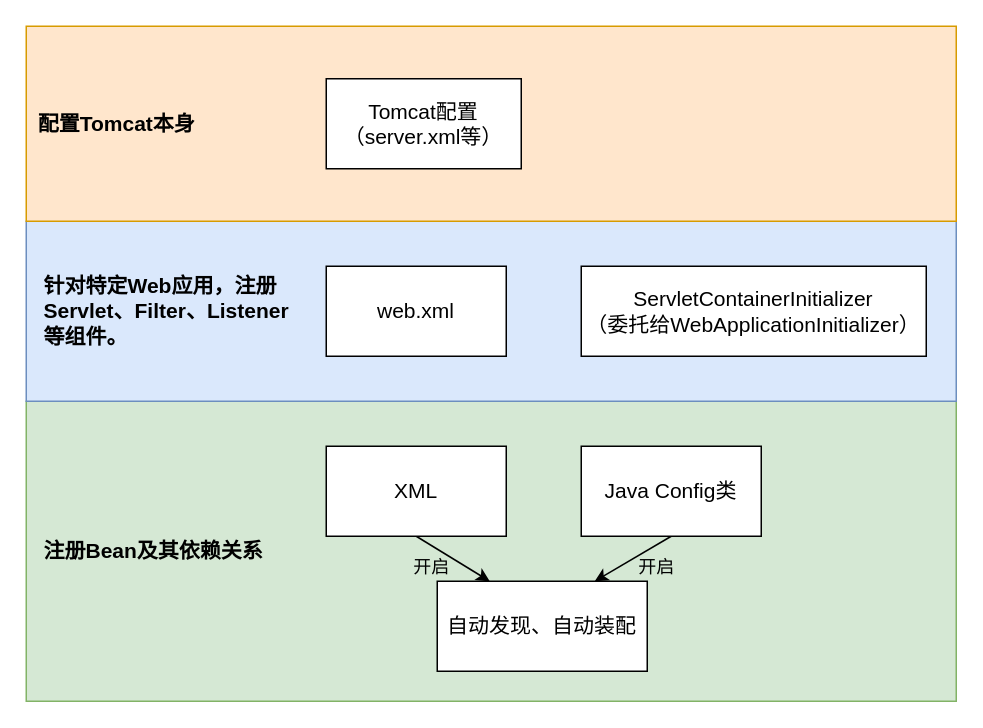
Earlier version of the draw.io diagram Spring MVC配置层次.drawio (watermoonlx/drawio). Source tidied: cells renumbered, new cells numbered last; positions are measured from the earlier drawing's top-left corner, leaving out a move shared by most shapes. Both pictures are drawn from the tidied source at 150%, with x=0, y=0 at pixel (26, 26).
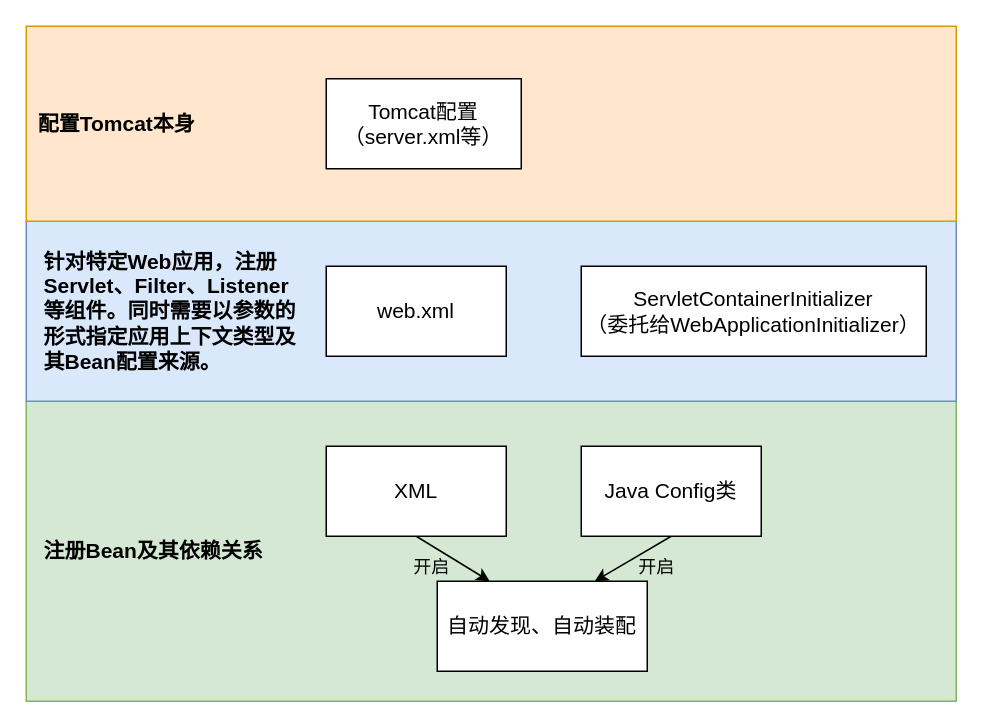
The same page after the edit.

What changed in the source:
```diff
@@
 <mxGraphModel>
   <root>
     <mxCell id="0" />
     <mxCell id="1" parent="0" />
     <mxCell id="2" style="rounded=0;whiteSpace=wrap;html=1;fontSize=14;fillColor=#d5e8d4;strokeColor=#82b366;" parent="1" vertex="1">
       <mxGeometry y="250" width="620" height="200" as="geometry" />
     </mxCell>
     <mxCell id="3" style="rounded=0;whiteSpace=wrap;html=1;fontSize=14;fillColor=#dae8fc;strokeColor=#6c8ebf;" parent="1" vertex="1">
       <mxGeometry y="130" width="620" height="120" as="geometry" />
     </mxCell>
     <mxCell id="4" style="rounded=0;whiteSpace=wrap;html=1;fontSize=14;fillColor=#ffe6cc;strokeColor=#d79b00;" parent="1" vertex="1">
       <mxGeometry width="620" height="130" as="geometry" />
     </mxCell>
     <mxCell id="5" value="web.xml" style="rounded=0;whiteSpace=wrap;html=1;fontSize=14;" parent="1" vertex="1">
       <mxGeometry x="200" y="160" width="120" height="60" as="geometry" />
     </mxCell>
     <mxCell id="6" value="ServletContainerInitializer&lt;br&gt;（委托给WebApplicationInitializer）" style="rounded=0;whiteSpace=wrap;html=1;fontSize=14;" parent="1" vertex="1">
       <mxGeometry x="370" y="160" width="230" height="60" as="geometry" />
     </mxCell>
     <mxCell id="7" style="rounded=0;jettySize=auto;html=1;exitX=0.5;exitY=1;exitDx=0;exitDy=0;entryX=0.25;entryY=0;entryDx=0;entryDy=0;fontSize=14;" parent="1" edge="1" source="8" target="11">
       <mxGeometry relative="1" as="geometry" />
     </mxCell>
     <mxCell id="8" value="XML" style="rounded=0;whiteSpace=wrap;html=1;fontSize=14;" parent="1" vertex="1">
       <mxGeometry x="200" y="280" width="120" height="60" as="geometry" />
     </mxCell>
     <mxCell id="9" style="edgeStyle=none;rounded=0;jettySize=auto;html=1;exitX=0.5;exitY=1;exitDx=0;exitDy=0;entryX=0.75;entryY=0;entryDx=0;entryDy=0;fontSize=14;" parent="1" edge="1" source="10" target="11">
       <mxGeometry relative="1" as="geometry" />
     </mxCell>
     <mxCell id="10" value="Java Config类" style="rounded=0;whiteSpace=wrap;html=1;fontSize=14;" parent="1" vertex="1">
       <mxGeometry x="370" y="280" width="120" height="60" as="geometry" />
     </mxCell>
     <mxCell id="11" value="自动发现、自动装配" style="rounded=0;whiteSpace=wrap;html=1;fontSize=14;" parent="1" vertex="1">
       <mxGeometry x="274" y="370" width="140" height="60" as="geometry" />
     </mxCell>
     <mxCell id="12" value="Tomcat配置（server.xml等）" style="rounded=0;whiteSpace=wrap;html=1;fontSize=14;" parent="1" vertex="1">
       <mxGeometry x="200" y="35" width="130" height="60" as="geometry" />
     </mxCell>
     <mxCell id="13" value="配置Tomcat本身" style="text;html=1;align=center;verticalAlign=middle;fontSize=14;fontStyle=1;" parent="1" vertex="1">
       <mxGeometry y="55" width="120" height="20" as="geometry" />
     </mxCell>
-    <mxCell id="14" value="针对特定Web应用，注册&lt;br&gt;Servlet、Filter、Listener&lt;br&gt;等组件。" style="text;html=1;align=left;verticalAlign=middle;fontSize=14;fontStyle=1;" parent="1" vertex="1">
-      <mxGeometry x="10" y="160" width="180" height="60" as="geometry" />
+    <mxCell id="14" value="针对特定Web应用，注册&lt;br&gt;Servlet、Filter、Listener&lt;br&gt;等组件。同时需要以参数的&lt;br&gt;形式指定应用上下文类型及&lt;br&gt;其Bean配置来源。" style="text;html=1;align=left;verticalAlign=middle;fontSize=14;fontStyle=1;" parent="1" vertex="1">
+      <mxGeometry x="10" y="145" width="180" height="90" as="geometry" />
     </mxCell>
     <mxCell id="15" value="注册Bean及其依赖关系" style="text;html=1;align=left;verticalAlign=middle;fontSize=14;fontStyle=1;" parent="1" vertex="1">
       <mxGeometry x="10" y="340" width="160" height="20" as="geometry" />
     </mxCell>
     <mxCell id="16" value="&lt;font style=&quot;font-size: 12px&quot;&gt;开启&lt;/font&gt;" style="text;html=1;align=center;verticalAlign=middle;fontSize=14;" parent="1" vertex="1">
       <mxGeometry x="250" y="350" width="40" height="20" as="geometry" />
     </mxCell>
     <mxCell id="17" value="&lt;font style=&quot;font-size: 12px&quot;&gt;开启&lt;/font&gt;" style="text;html=1;align=center;verticalAlign=middle;fontSize=14;" parent="1" vertex="1">
       <mxGeometry x="400" y="350" width="40" height="20" as="geometry" />
     </mxCell>
   </root>
 </mxGraphModel>
```
